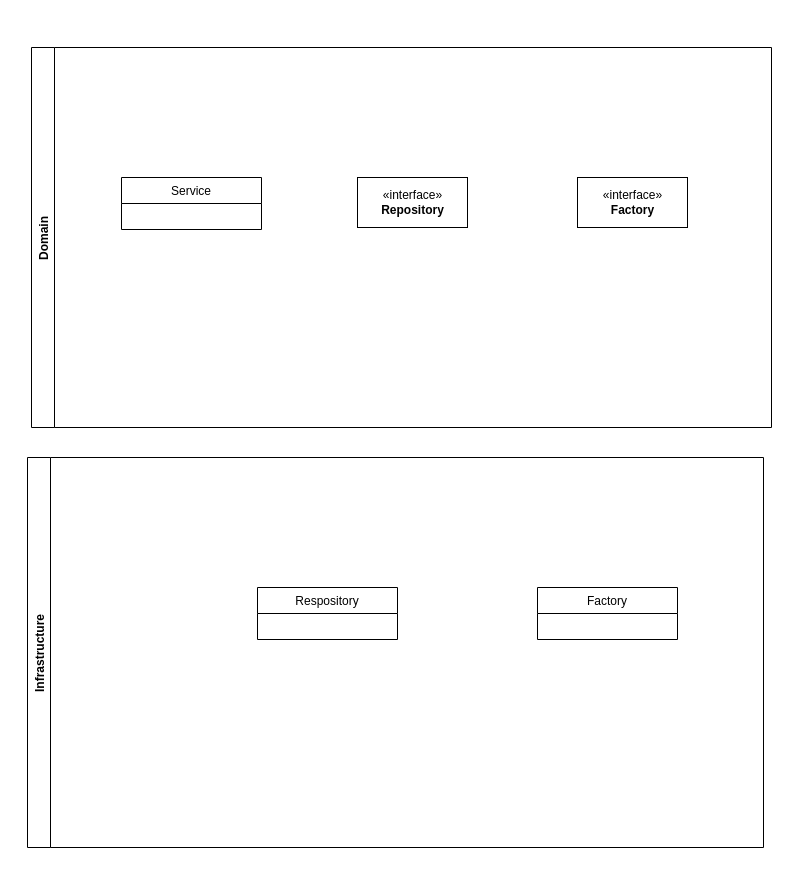
Before: DDD overview.drawio in franck-gaspoz/DDD, a draw.io diagram. Source tidied: cells renumbered, new cells numbered last; positions are measured from the earlier drawing's top-left corner, leaving out a move shared by most shapes. Both pictures are drawn from the tidied source at 100%, with x=0, y=0 at pixel (27, 47).
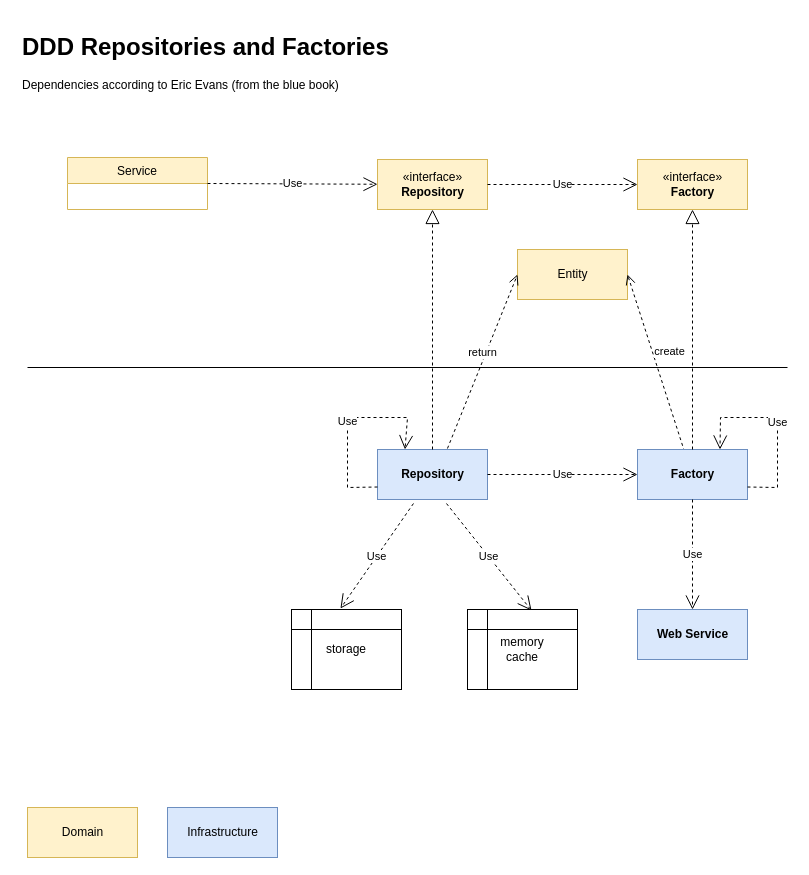
Above is the later version.

Commit message (it also covers changes not shown here):
Mettre à jour DDD overview.drawio

Change to the diagram source:
```diff
@@
-    <mxCell id="2" value="Domain" style="swimlane;horizontal=0;" parent="1" vertex="1">
-      <mxGeometry x="4" width="740" height="380" as="geometry" />
-    </mxCell>
-    <mxCell id="3" value="Service" style="swimlane;fontStyle=0;horizontal=1;startSize=26;fillColor=none;" parent="2" vertex="1">
-      <mxGeometry x="90" y="130" width="140" height="52" as="geometry" />
+    <mxCell id="3" value="Service" style="swimlane;fontStyle=0;horizontal=1;startSize=26;fillColor=#fff2cc;strokeColor=#d6b656;" parent="1" vertex="1">
+      <mxGeometry x="40" y="110" width="140" height="52" as="geometry" />
     </mxCell>
-    <mxCell id="4" value="«interface»&lt;br&gt;&lt;b&gt;Repository&lt;/b&gt;" style="html=1;" parent="2" vertex="1">
-      <mxGeometry x="326" y="130" width="110" height="50" as="geometry" />
+    <mxCell id="4" value="«interface»&lt;br&gt;&lt;b&gt;Repository&lt;/b&gt;" style="html=1;fillColor=#fff2cc;strokeColor=#d6b656;" parent="1" vertex="1">
+      <mxGeometry x="350" y="112" width="110" height="50" as="geometry" />
     </mxCell>
-    <mxCell id="5" value="«interface»&lt;br&gt;&lt;b&gt;Factory&lt;/b&gt;" style="html=1;" parent="2" vertex="1">
-      <mxGeometry x="546" y="130" width="110" height="50" as="geometry" />
+    <mxCell id="5" value="«interface»&lt;br&gt;&lt;b&gt;Factory&lt;/b&gt;" style="html=1;fillColor=#fff2cc;strokeColor=#d6b656;" parent="1" vertex="1">
+      <mxGeometry x="610" y="112" width="110" height="50" as="geometry" />
     </mxCell>
+    <mxCell id="9" value="Use" style="endArrow=open;endSize=12;dashed=1;html=1;rounded=0;exitX=1;exitY=0.5;exitDx=0;exitDy=0;" parent="1" edge="1" source="3" target="4">
+      <mxGeometry relative="1" as="geometry" />
+    </mxCell>
+    <mxCell id="10" value="Use" style="endArrow=open;endSize=12;dashed=1;html=1;rounded=0;exitX=1;exitY=0.5;exitDx=0;exitDy=0;entryX=0;entryY=0.5;entryDx=0;entryDy=0;" parent="1" edge="1" source="4" target="5">
+      <mxGeometry relative="1" as="geometry" />
+    </mxCell>
+    <mxCell id="11" value="storage" style="shape=internalStorage;whiteSpace=wrap;html=1;backgroundOutline=1;" parent="1" vertex="1">
+      <mxGeometry x="264" y="562" width="110" height="80" as="geometry" />
+    </mxCell>
+    <mxCell id="12" value="Use" style="endArrow=open;endSize=12;dashed=1;html=1;rounded=0;exitX=0.327;exitY=1.08;exitDx=0;exitDy=0;entryX=0.445;entryY=-0.012;entryDx=0;entryDy=0;entryPerimeter=0;exitPerimeter=0;" parent="1" edge="1" source="19" target="11">
+      <mxGeometry relative="1" as="geometry" />
+    </mxCell>
+    <mxCell id="13" value="Entity" style="html=1;fillColor=#fff2cc;strokeColor=#d6b656;" parent="1" vertex="1">
+      <mxGeometry x="490" y="202" width="110" height="50" as="geometry" />
+    </mxCell>
+    <mxCell id="14" value="return" style="html=1;verticalAlign=bottom;endArrow=open;dashed=1;endSize=8;rounded=0;entryX=0;entryY=0.5;entryDx=0;entryDy=0;exitX=0.636;exitY=-0.02;exitDx=0;exitDy=0;exitPerimeter=0;" parent="1" edge="1" source="19" target="13">
+      <mxGeometry relative="1" as="geometry" />
+    </mxCell>
+    <mxCell id="15" value="create" style="html=1;verticalAlign=bottom;endArrow=open;dashed=1;endSize=8;rounded=0;entryX=1;entryY=0.5;entryDx=0;entryDy=0;exitX=0.427;exitY=0.04;exitDx=0;exitDy=0;exitPerimeter=0;" parent="1" edge="1" source="8" target="13">
+      <mxGeometry x="-0.02" y="-15" relative="1" as="geometry">
+        <mxPoint x="-1" as="offset" />
+      </mxGeometry>
+    </mxCell>
+    <mxCell id="16" value="memory&lt;br&gt;cache" style="shape=internalStorage;whiteSpace=wrap;html=1;backgroundOutline=1;" parent="1" vertex="1">
+      <mxGeometry x="440" y="562" width="110" height="80" as="geometry" />
+    </mxCell>
+    <mxCell id="17" value="Use" style="endArrow=open;endSize=12;dashed=1;html=1;rounded=0;exitX=0.627;exitY=1.08;exitDx=0;exitDy=0;entryX=0.582;entryY=0.013;entryDx=0;entryDy=0;entryPerimeter=0;exitPerimeter=0;" parent="1" edge="1" source="19" target="16">
+      <mxGeometry relative="1" as="geometry" />
+    </mxCell>
+    <mxCell id="2" value="Domain" style="html=1;fillColor=#fff2cc;strokeColor=#d6b656;" parent="1" vertex="1">
+      <mxGeometry y="760" width="110" height="50" as="geometry" />
+    </mxCell>
-    <mxCell id="6" value="Infrastructure" style="swimlane;horizontal=0;" parent="1" vertex="1">
-      <mxGeometry y="410" width="736" height="390" as="geometry" />
+    <mxCell id="6" value="Infrastructure" style="html=1;fillColor=#dae8fc;strokeColor=#6c8ebf;" parent="1" vertex="1">
+      <mxGeometry x="140" y="760" width="110" height="50" as="geometry" />
     </mxCell>
-    <mxCell id="7" value="Respository" style="swimlane;fontStyle=0;horizontal=1;startSize=26;fillColor=none;" parent="6" vertex="1">
-      <mxGeometry x="230" y="130" width="140" height="52" as="geometry" />
-    </mxCell>
+    <mxCell id="18" value="&lt;h1&gt;DDD Repositories and Factories&lt;/h1&gt;&lt;p&gt;Dependencies according to Eric Evans (from the blue book)&lt;/p&gt;" style="text;html=1;strokeColor=none;fillColor=none;spacing=5;spacingTop=-20;whiteSpace=wrap;overflow=hidden;rounded=0;" parent="1" vertex="1">
+      <mxGeometry x="-10" y="-20" width="390" height="120" as="geometry" />
+    </mxCell>
+    <mxCell id="19" value="&lt;b&gt;Repository&lt;/b&gt;" style="html=1;fillColor=#dae8fc;strokeColor=#6c8ebf;" parent="1" vertex="1">
+      <mxGeometry x="350" y="402" width="110" height="50" as="geometry" />
+    </mxCell>
-    <mxCell id="8" value="Factory" style="swimlane;fontStyle=0;horizontal=1;startSize=26;fillColor=none;" parent="6" vertex="1">
-      <mxGeometry x="510" y="130" width="140" height="52" as="geometry" />
+    <mxCell id="8" value="&lt;b&gt;Factory&lt;/b&gt;" style="html=1;fillColor=#dae8fc;strokeColor=#6c8ebf;" parent="1" vertex="1">
+      <mxGeometry x="610" y="402" width="110" height="50" as="geometry" />
     </mxCell>
+    <mxCell id="20" style="endArrow=block;dashed=1;endFill=0;endSize=12;html=1;rounded=0;exitX=0.5;exitY=0;exitDx=0;exitDy=0;entryX=0.5;entryY=1;entryDx=0;entryDy=0;" parent="1" edge="1" source="19" target="4">
+      <mxGeometry relative="1" as="geometry" />
+    </mxCell>
+    <mxCell id="21" style="endArrow=block;dashed=1;endFill=0;endSize=12;html=1;rounded=0;exitX=0.5;exitY=0;exitDx=0;exitDy=0;entryX=0.5;entryY=1;entryDx=0;entryDy=0;" parent="1" edge="1" source="8" target="5">
+      <mxGeometry relative="1" as="geometry" />
+    </mxCell>
+    <mxCell id="22" value="Use" style="endArrow=open;endSize=12;dashed=1;html=1;rounded=0;exitX=1;exitY=0.5;exitDx=0;exitDy=0;entryX=0;entryY=0.5;entryDx=0;entryDy=0;" parent="1" edge="1" source="19" target="8">
+      <mxGeometry relative="1" as="geometry" />
+    </mxCell>
+    <mxCell id="23" style="endArrow=none;html=1;rounded=0;" parent="1" edge="1">
+      <mxGeometry relative="1" as="geometry">
+        <mxPoint y="320" as="sourcePoint" />
+        <mxPoint x="760" y="320" as="targetPoint" />
+      </mxGeometry>
+    </mxCell>
+    <mxCell id="24" value="&lt;b&gt;Web Service&lt;/b&gt;" style="html=1;fillColor=#dae8fc;strokeColor=#6c8ebf;" parent="1" vertex="1">
+      <mxGeometry x="610" y="562" width="110" height="50" as="geometry" />
+    </mxCell>
+    <mxCell id="25" value="Use" style="endArrow=open;endSize=12;dashed=1;html=1;rounded=0;exitX=0.5;exitY=1;exitDx=0;exitDy=0;" parent="1" edge="1" source="8" target="24">
+      <mxGeometry relative="1" as="geometry" />
+    </mxCell>
+    <mxCell id="26" value="Use" style="endArrow=open;endSize=12;dashed=1;html=1;rounded=0;entryX=0.25;entryY=0;entryDx=0;entryDy=0;exitX=0;exitY=0.75;exitDx=0;exitDy=0;" parent="1" edge="1" source="19" target="19">
+      <mxGeometry relative="1" as="geometry">
+        <Array as="points">
+          <mxPoint x="320" y="440" />
+          <mxPoint x="320" y="370" />
+          <mxPoint x="380" y="370" />
+        </Array>
+      </mxGeometry>
+    </mxCell>
+    <mxCell id="27" value="Use" style="endArrow=open;endSize=12;dashed=1;html=1;rounded=0;entryX=0.75;entryY=0;entryDx=0;entryDy=0;exitX=1;exitY=0.75;exitDx=0;exitDy=0;" parent="1" edge="1" source="8" target="8">
+      <mxGeometry relative="1" as="geometry">
+        <Array as="points">
+          <mxPoint x="750" y="440" />
+          <mxPoint x="750" y="370" />
+          <mxPoint x="693" y="370" />
+        </Array>
+      </mxGeometry>
+    </mxCell>
```
